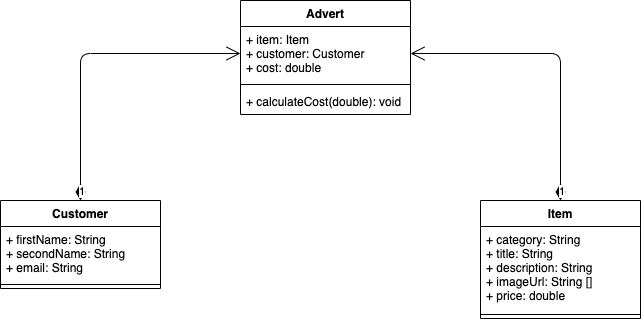
nahmed99/CodeClan_FInal_Project_JavaSpring_ReactJS keeps this draw.io diagram as Design/ClassDiagram.png. Above is the earlier version. Source tidied: cells renumbered, new cells last; positions are measured from the earlier drawing's top-left corner, leaving out a move shared by most shapes. The source it was exported from:
```xml
<mxGraphModel>
  <root>
    <mxCell id="0" />
    <mxCell id="1" parent="0" />
    <mxCell id="2" value="Customer" style="swimlane;fontStyle=1;align=center;verticalAlign=top;horizontal=1;startSize=26;" parent="1" vertex="1">
      <mxGeometry y="200" width="160" height="88" as="geometry" />
    </mxCell>
    <mxCell id="3" value="+ firstName: String&#10;+ secondName: String&#10;+ email: String" style="text;strokeColor=none;fillColor=none;align=left;verticalAlign=top;spacingLeft=4;spacingRight=4;overflow=hidden;points=[[0,0.5],[1,0.5]];portConstraint=eastwest;" parent="2" vertex="1">
      <mxGeometry y="26" width="160" height="54" as="geometry" />
    </mxCell>
    <mxCell id="4" style="line;strokeWidth=1;fillColor=none;align=left;verticalAlign=middle;spacingTop=-1;spacingLeft=3;spacingRight=3;labelPosition=right;" parent="2" vertex="1">
      <mxGeometry y="80" width="160" height="8" as="geometry" />
    </mxCell>
    <mxCell id="5" value="Advert" style="swimlane;fontStyle=1;align=center;verticalAlign=top;horizontal=1;startSize=26;" parent="1" vertex="1">
      <mxGeometry x="240" width="170" height="114" as="geometry" />
    </mxCell>
    <mxCell id="6" value="+ item: Item&#10;+ customer: Customer &#10;+ cost: double" style="text;strokeColor=none;fillColor=none;align=left;verticalAlign=top;spacingLeft=4;spacingRight=4;overflow=hidden;points=[[0,0.5],[1,0.5]];portConstraint=eastwest;" parent="5" vertex="1">
      <mxGeometry y="26" width="170" height="54" as="geometry" />
    </mxCell>
    <mxCell id="7" style="line;strokeWidth=1;fillColor=none;align=left;verticalAlign=middle;spacingTop=-1;spacingLeft=3;spacingRight=3;labelPosition=right;" parent="5" vertex="1">
      <mxGeometry y="80" width="170" height="8" as="geometry" />
    </mxCell>
    <mxCell id="8" value="+ calculateCost(double): void" style="text;strokeColor=none;fillColor=none;align=left;verticalAlign=top;spacingLeft=4;spacingRight=4;overflow=hidden;points=[[0,0.5],[1,0.5]];portConstraint=eastwest;" parent="5" vertex="1">
      <mxGeometry y="88" width="170" height="26" as="geometry" />
    </mxCell>
    <mxCell id="9" value="Item" style="swimlane;fontStyle=1;align=center;verticalAlign=top;horizontal=1;startSize=26;" parent="1" vertex="1">
      <mxGeometry x="480" y="200" width="160" height="118" as="geometry" />
    </mxCell>
    <mxCell id="10" value="+ category: String&#10;+ title: String&#10;+ description: String&#10;+ imageUrl: String []&#10;+ price: double" style="text;strokeColor=none;fillColor=none;align=left;verticalAlign=top;spacingLeft=4;spacingRight=4;overflow=hidden;" parent="9" vertex="1">
      <mxGeometry y="26" width="160" height="84" as="geometry" />
    </mxCell>
    <mxCell id="11" style="line;strokeWidth=1;fillColor=none;align=left;verticalAlign=middle;spacingTop=-1;spacingLeft=3;spacingRight=3;labelPosition=right;" parent="9" vertex="1">
      <mxGeometry y="110" width="160" height="8" as="geometry" />
    </mxCell>
    <mxCell id="12" value="1" style="endArrow=open;html=1;endSize=12;startArrow=diamondThin;startSize=14;startFill=1;edgeStyle=orthogonalEdgeStyle;align=left;verticalAlign=bottom;entryX=0;entryY=0.5;entryDx=0;entryDy=0;exitX=0.5;exitY=0;exitDx=0;exitDy=0;" parent="1" edge="1" source="2" target="6">
      <mxGeometry x="-1" y="3" relative="1" as="geometry" />
    </mxCell>
    <mxCell id="13" value="1" style="endArrow=open;html=1;endSize=12;startArrow=diamondThin;startSize=14;startFill=1;edgeStyle=orthogonalEdgeStyle;align=left;verticalAlign=bottom;entryX=1;entryY=0.5;entryDx=0;entryDy=0;exitX=0.5;exitY=0;exitDx=0;exitDy=0;" parent="1" edge="1" source="9" target="6">
      <mxGeometry x="-1" y="3" relative="1" as="geometry" />
    </mxCell>
  </root>
</mxGraphModel>
```
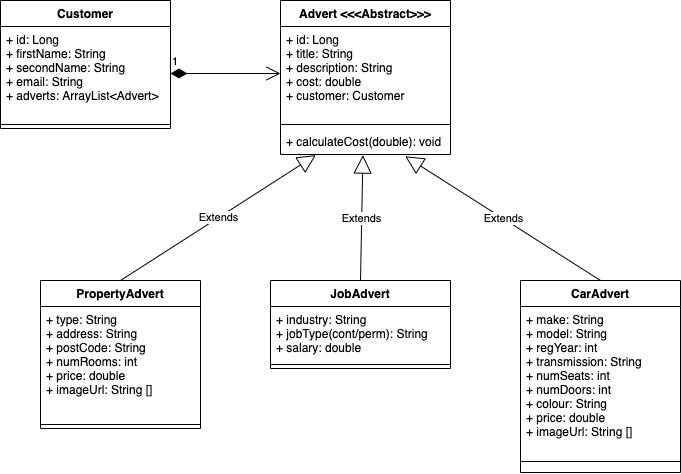
The same file after the commit.

Commit message:
Advert, JobAdvert and Customer classes created

The edit, as a diff of the source:
```diff
@@ -3,40 +3,64 @@
     <mxCell id="0" />
     <mxCell id="1" parent="0" />
     <mxCell id="2" value="Customer" style="swimlane;fontStyle=1;align=center;verticalAlign=top;horizontal=1;startSize=26;" parent="1" vertex="1">
-      <mxGeometry y="200" width="160" height="88" as="geometry" />
+      <mxGeometry x="-10" width="170" height="128" as="geometry" />
     </mxCell>
-    <mxCell id="3" value="+ firstName: String&#10;+ secondName: String&#10;+ email: String" style="text;strokeColor=none;fillColor=none;align=left;verticalAlign=top;spacingLeft=4;spacingRight=4;overflow=hidden;points=[[0,0.5],[1,0.5]];portConstraint=eastwest;" parent="2" vertex="1">
-      <mxGeometry y="26" width="160" height="54" as="geometry" />
+    <mxCell id="3" value="+ id: Long&#10;+ firstName: String&#10;+ secondName: String&#10;+ email: String&#10;+ adverts: ArrayList&lt;Advert&gt;" style="text;strokeColor=none;fillColor=none;align=left;verticalAlign=top;spacingLeft=4;spacingRight=4;overflow=hidden;points=[[0,0.5],[1,0.5]];portConstraint=eastwest;" parent="2" vertex="1">
+      <mxGeometry y="26" width="170" height="94" as="geometry" />
     </mxCell>
     <mxCell id="4" style="line;strokeWidth=1;fillColor=none;align=left;verticalAlign=middle;spacingTop=-1;spacingLeft=3;spacingRight=3;labelPosition=right;" parent="2" vertex="1">
-      <mxGeometry y="80" width="160" height="8" as="geometry" />
+      <mxGeometry y="120" width="170" height="8" as="geometry" />
     </mxCell>
-    <mxCell id="5" value="Advert" style="swimlane;fontStyle=1;align=center;verticalAlign=top;horizontal=1;startSize=26;" parent="1" vertex="1">
-      <mxGeometry x="240" width="170" height="114" as="geometry" />
+    <mxCell id="5" value="Advert &lt;&lt;&lt;Abstract&gt;&gt;&gt;" style="swimlane;fontStyle=1;align=center;verticalAlign=top;horizontal=1;startSize=26;" parent="1" vertex="1">
+      <mxGeometry x="270" width="170" height="154" as="geometry" />
     </mxCell>
-    <mxCell id="6" value="+ item: Item&#10;+ customer: Customer &#10;+ cost: double" style="text;strokeColor=none;fillColor=none;align=left;verticalAlign=top;spacingLeft=4;spacingRight=4;overflow=hidden;points=[[0,0.5],[1,0.5]];portConstraint=eastwest;" parent="5" vertex="1">
-      <mxGeometry y="26" width="170" height="54" as="geometry" />
+    <mxCell id="6" value="+ id: Long&#10;+ title: String &#10;+ description: String&#10;+ cost: double&#10;+ customer: Customer" style="text;strokeColor=none;fillColor=none;align=left;verticalAlign=top;spacingLeft=4;spacingRight=4;overflow=hidden;points=[[0,0.5],[1,0.5]];portConstraint=eastwest;" parent="5" vertex="1">
+      <mxGeometry y="26" width="170" height="94" as="geometry" />
     </mxCell>
     <mxCell id="7" style="line;strokeWidth=1;fillColor=none;align=left;verticalAlign=middle;spacingTop=-1;spacingLeft=3;spacingRight=3;labelPosition=right;" parent="5" vertex="1">
-      <mxGeometry y="80" width="170" height="8" as="geometry" />
+      <mxGeometry y="120" width="170" height="8" as="geometry" />
     </mxCell>
     <mxCell id="8" value="+ calculateCost(double): void" style="text;strokeColor=none;fillColor=none;align=left;verticalAlign=top;spacingLeft=4;spacingRight=4;overflow=hidden;points=[[0,0.5],[1,0.5]];portConstraint=eastwest;" parent="5" vertex="1">
-      <mxGeometry y="88" width="170" height="26" as="geometry" />
+      <mxGeometry y="128" width="170" height="26" as="geometry" />
     </mxCell>
-    <mxCell id="9" value="Item" style="swimlane;fontStyle=1;align=center;verticalAlign=top;horizontal=1;startSize=26;" parent="1" vertex="1">
-      <mxGeometry x="480" y="200" width="160" height="118" as="geometry" />
+    <mxCell id="9" value="PropertyAdvert" style="swimlane;fontStyle=1;align=center;verticalAlign=top;horizontal=1;startSize=26;" parent="1" vertex="1">
+      <mxGeometry x="30" y="280" width="160" height="148" as="geometry" />
     </mxCell>
-    <mxCell id="10" value="+ category: String&#10;+ title: String&#10;+ description: String&#10;+ imageUrl: String []&#10;+ price: double" style="text;strokeColor=none;fillColor=none;align=left;verticalAlign=top;spacingLeft=4;spacingRight=4;overflow=hidden;" parent="9" vertex="1">
-      <mxGeometry y="26" width="160" height="84" as="geometry" />
+    <mxCell id="10" value="+ type: String&#10;+ address: String&#10;+ postCode: String&#10;+ numRooms: int&#10;+ price: double&#10;+ imageUrl: String []" style="text;strokeColor=none;fillColor=none;align=left;verticalAlign=top;spacingLeft=4;spacingRight=4;overflow=hidden;" parent="9" vertex="1">
+      <mxGeometry y="26" width="160" height="114" as="geometry" />
     </mxCell>
     <mxCell id="11" style="line;strokeWidth=1;fillColor=none;align=left;verticalAlign=middle;spacingTop=-1;spacingLeft=3;spacingRight=3;labelPosition=right;" parent="9" vertex="1">
-      <mxGeometry y="110" width="160" height="8" as="geometry" />
+      <mxGeometry y="140" width="160" height="8" as="geometry" />
     </mxCell>
-    <mxCell id="12" value="1" style="endArrow=open;html=1;endSize=12;startArrow=diamondThin;startSize=14;startFill=1;edgeStyle=orthogonalEdgeStyle;align=left;verticalAlign=bottom;entryX=0;entryY=0.5;entryDx=0;entryDy=0;exitX=0.5;exitY=0;exitDx=0;exitDy=0;" parent="1" edge="1" source="2" target="6">
-      <mxGeometry x="-1" y="3" relative="1" as="geometry" />
-    </mxCell>
-    <mxCell id="13" value="1" style="endArrow=open;html=1;endSize=12;startArrow=diamondThin;startSize=14;startFill=1;edgeStyle=orthogonalEdgeStyle;align=left;verticalAlign=bottom;entryX=1;entryY=0.5;entryDx=0;entryDy=0;exitX=0.5;exitY=0;exitDx=0;exitDy=0;" parent="1" edge="1" source="9" target="6">
-      <mxGeometry x="-1" y="3" relative="1" as="geometry" />
-    </mxCell>
+    <mxCell id="14" value="1" style="endArrow=open;html=1;endSize=12;startArrow=diamondThin;startSize=14;startFill=1;edgeStyle=orthogonalEdgeStyle;align=left;verticalAlign=bottom;entryX=0;entryY=0.5;entryDx=0;entryDy=0;exitX=1;exitY=0.5;exitDx=0;exitDy=0;" parent="1" edge="1" source="3" target="6">
+      <mxGeometry x="-1" y="3" relative="1" as="geometry" />
+    </mxCell>
+    <mxCell id="15" value="JobAdvert" style="swimlane;fontStyle=1;align=center;verticalAlign=top;horizontal=1;startSize=26;" parent="1" vertex="1">
+      <mxGeometry x="260" y="280" width="180" height="88" as="geometry" />
+    </mxCell>
+    <mxCell id="16" value="+ industry: String&#10;+ jobType(cont/perm): String&#10;+ salary: double" style="text;strokeColor=none;fillColor=none;align=left;verticalAlign=top;spacingLeft=4;spacingRight=4;overflow=hidden;" parent="15" vertex="1">
+      <mxGeometry y="26" width="180" height="54" as="geometry" />
+    </mxCell>
+    <mxCell id="17" style="line;strokeWidth=1;fillColor=none;align=left;verticalAlign=middle;spacingTop=-1;spacingLeft=3;spacingRight=3;labelPosition=right;" parent="15" vertex="1">
+      <mxGeometry y="80" width="180" height="8" as="geometry" />
+    </mxCell>
+    <mxCell id="18" value="CarAdvert" style="swimlane;fontStyle=1;align=center;verticalAlign=top;horizontal=1;startSize=26;" parent="1" vertex="1">
+      <mxGeometry x="510" y="280" width="160" height="192" as="geometry" />
+    </mxCell>
+    <mxCell id="19" value="+ make: String&#10;+ model: String&#10;+ regYear: int&#10;+ transmission: String&#10;+ numSeats: int&#10;+ numDoors: int&#10;+ colour: String&#10;+ price: double&#10;+ imageUrl: String []" style="text;strokeColor=none;fillColor=none;align=left;verticalAlign=top;spacingLeft=4;spacingRight=4;overflow=hidden;" parent="18" vertex="1">
+      <mxGeometry y="26" width="160" height="144" as="geometry" />
+    </mxCell>
+    <mxCell id="20" style="line;strokeWidth=1;fillColor=none;align=left;verticalAlign=middle;spacingTop=-1;spacingLeft=3;spacingRight=3;labelPosition=right;" parent="18" vertex="1">
+      <mxGeometry y="170" width="160" height="22" as="geometry" />
+    </mxCell>
+    <mxCell id="21" value="Extends" style="endArrow=block;endSize=16;endFill=0;html=1;entryX=0.208;entryY=1.023;entryDx=0;entryDy=0;entryPerimeter=0;exitX=0.5;exitY=0;exitDx=0;exitDy=0;" parent="1" edge="1" source="9" target="8">
+      <mxGeometry relative="1" as="geometry" />
+    </mxCell>
+    <mxCell id="22" value="Extends" style="endArrow=block;endSize=16;endFill=0;html=1;entryX=0.485;entryY=1.023;entryDx=0;entryDy=0;entryPerimeter=0;exitX=0.5;exitY=0;exitDx=0;exitDy=0;" parent="1" edge="1" source="15" target="8">
+      <mxGeometry relative="1" as="geometry" />
+    </mxCell>
+    <mxCell id="23" value="Extends" style="endArrow=block;endSize=16;endFill=0;html=1;exitX=0.5;exitY=0;exitDx=0;exitDy=0;entryX=0.734;entryY=1.068;entryDx=0;entryDy=0;entryPerimeter=0;" parent="1" edge="1" source="18" target="8">
+      <mxGeometry relative="1" as="geometry" />
+    </mxCell>
   </root>
 </mxGraphModel>
```
